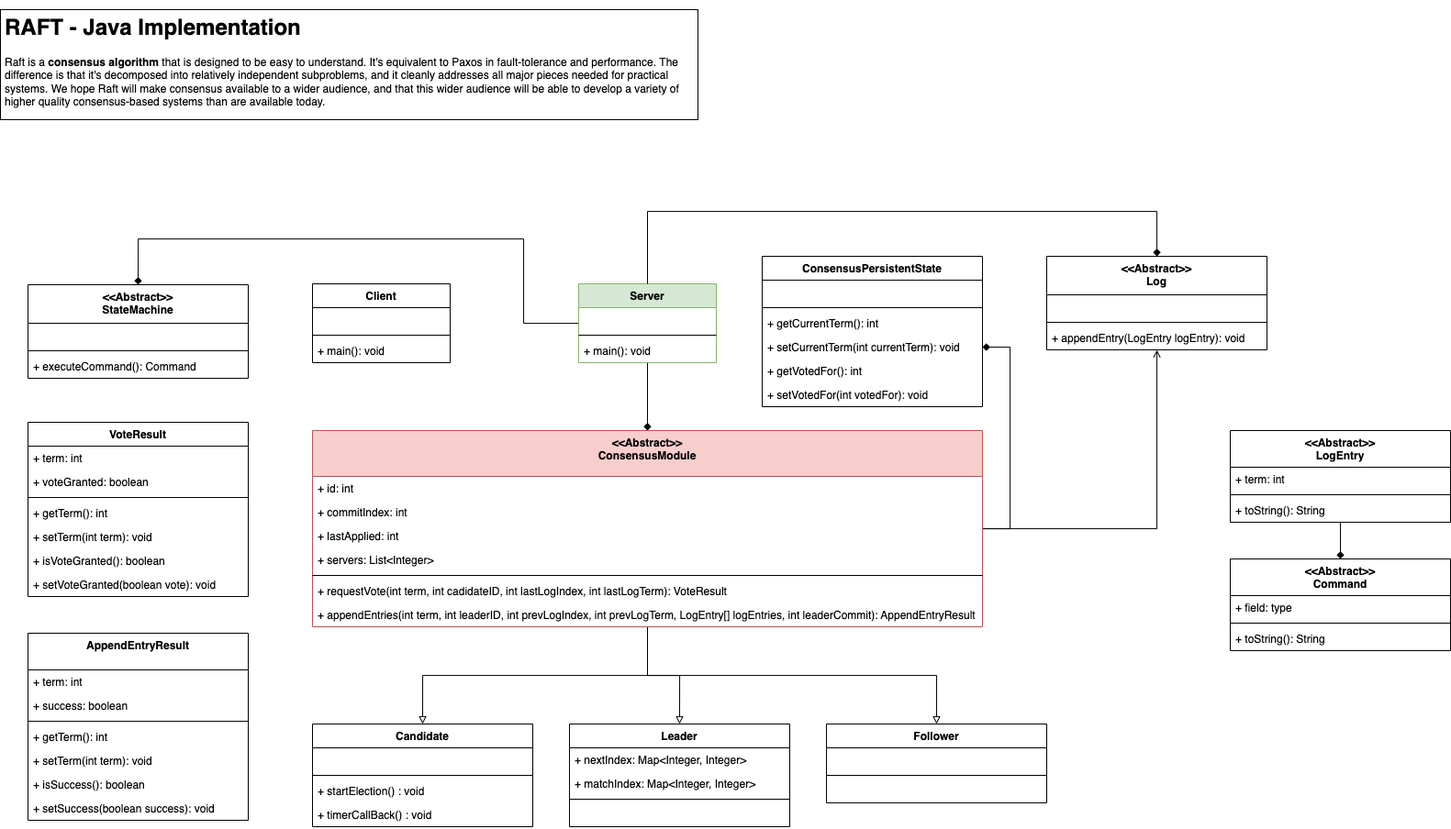
Before: imgs/UML.png, a diagram exported from draw.io (GiovanniBaccichet/RAFT). Source tidied: cells renumbered, new cells last; positions are measured from the earlier drawing's top-left corner, leaving out a move shared by most shapes.
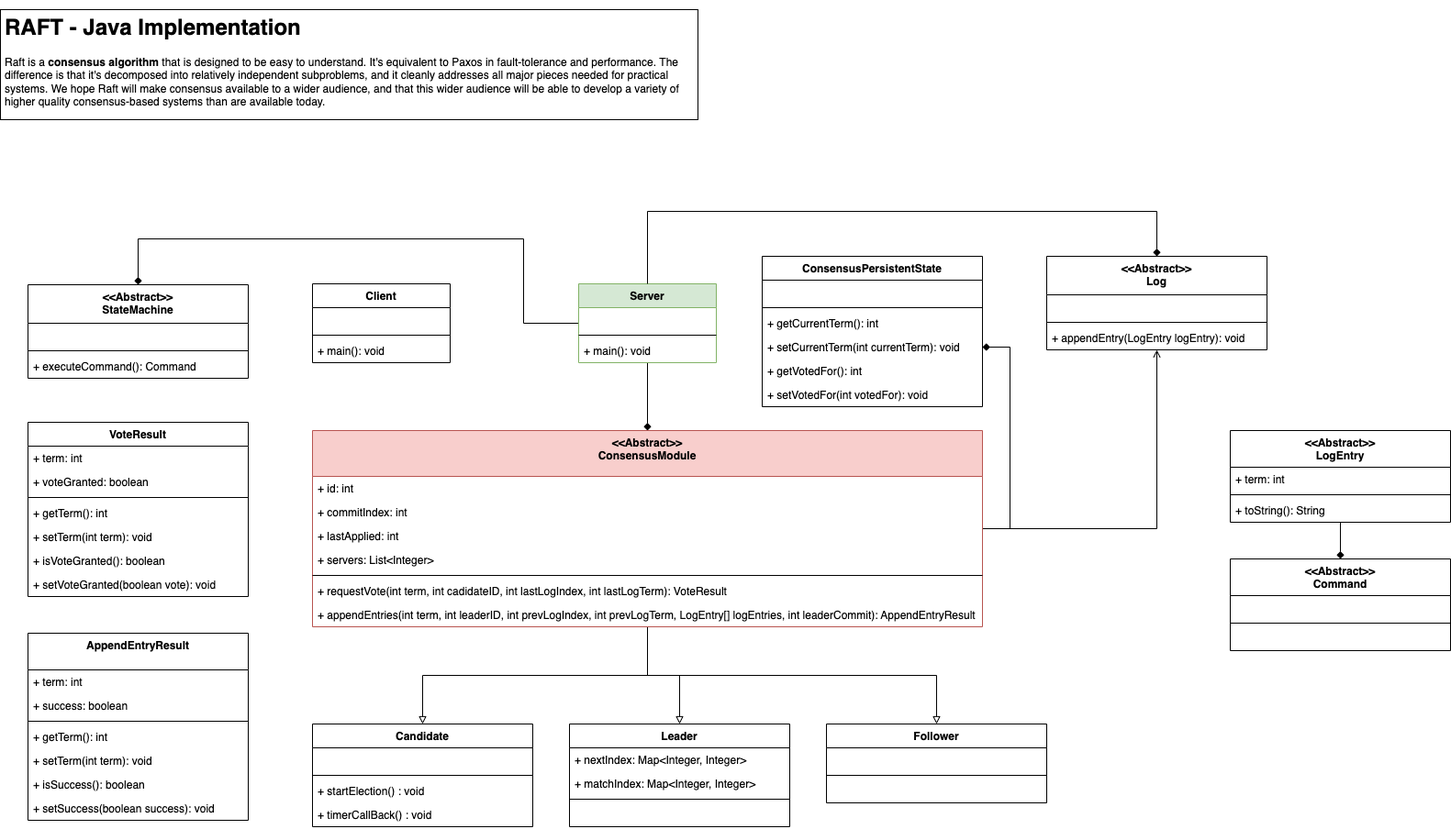
Later version of the same file.

What changed in the source:
```diff
@@ -234,13 +234,13 @@
     <mxCell id="73" value="&lt;&lt;Abstract&gt;&gt;&#10;Command" style="swimlane;fontStyle=1;align=center;verticalAlign=top;horizontal=1;startSize=40;labelBackgroundColor=none;fontFamily=Helvetica;fontSize=12;fontColor=#000000;strokeColor=default;" parent="1" vertex="1">
       <mxGeometry x="1340" y="599" width="240" height="100" as="geometry" />
     </mxCell>
-    <mxCell id="74" value="+ field: type" style="text;strokeColor=none;fillColor=none;align=left;verticalAlign=top;spacingLeft=4;spacingRight=4;overflow=hidden;labelBackgroundColor=none;fontFamily=Helvetica;fontSize=12;fontColor=#000000;" parent="73" vertex="1">
+    <mxCell id="74" value=" " style="text;strokeColor=none;fillColor=none;align=left;verticalAlign=top;spacingLeft=4;spacingRight=4;overflow=hidden;labelBackgroundColor=none;fontFamily=Helvetica;fontSize=12;fontColor=#000000;" parent="73" vertex="1">
       <mxGeometry y="40" width="240" height="26" as="geometry" />
     </mxCell>
     <mxCell id="75" style="line;strokeWidth=1;fillColor=none;align=left;verticalAlign=middle;spacingTop=-1;spacingLeft=3;spacingRight=3;labelPosition=right;labelBackgroundColor=none;fontFamily=Helvetica;fontSize=12;fontColor=#000000;" parent="73" vertex="1">
       <mxGeometry y="66" width="240" height="8" as="geometry" />
     </mxCell>
-    <mxCell id="76" value="+ toString(): String" style="text;strokeColor=none;fillColor=none;align=left;verticalAlign=top;spacingLeft=4;spacingRight=4;overflow=hidden;labelBackgroundColor=none;fontFamily=Helvetica;fontSize=12;fontColor=#000000;" parent="73" vertex="1">
+    <mxCell id="76" value=" " style="text;strokeColor=none;fillColor=none;align=left;verticalAlign=top;spacingLeft=4;spacingRight=4;overflow=hidden;labelBackgroundColor=none;fontFamily=Helvetica;fontSize=12;fontColor=#000000;" parent="73" vertex="1">
       <mxGeometry y="74" width="240" height="26" as="geometry" />
     </mxCell>
     <mxCell id="77" value="&lt;&lt;Abstract&gt;&gt;&#10;StateMachine" style="swimlane;fontStyle=1;align=center;verticalAlign=top;horizontal=1;startSize=42;labelBackgroundColor=none;fontFamily=Helvetica;fontSize=12;fontColor=#000000;strokeColor=default;" parent="1" vertex="1">
```
